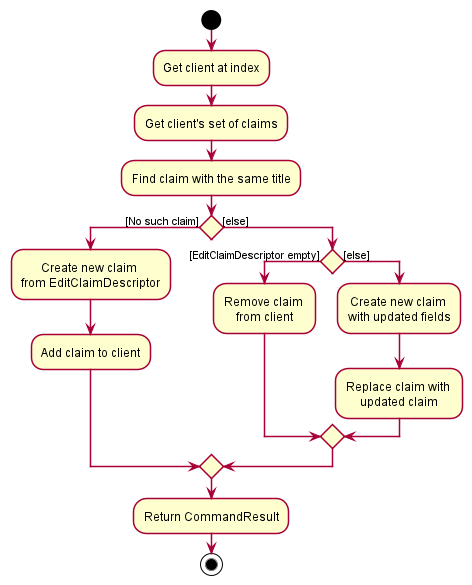
Above: docs/images/ClaimCommandExecuteActivityDiagram.png in nus-cs2103-AY2122S1/tp (PlantUML), before the change.
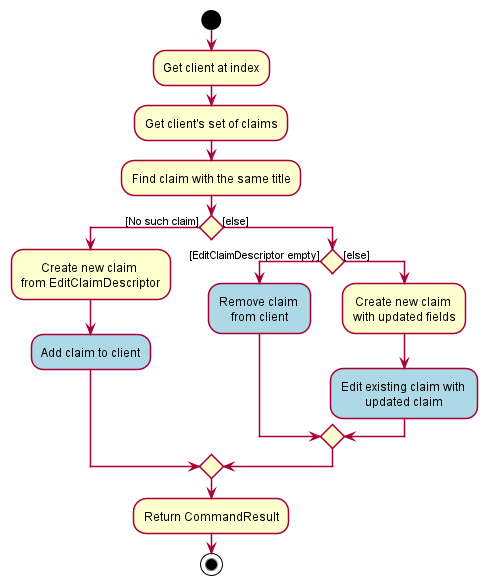
Above is the later version.

What changed in the source:
```diff
@@ -5,15 +5,20 @@
 :Get client's set of claims;
 :Find claim with the same title;
 
+skinparam activity {
+BackgroundColor<<Highlight>> LightBlue
+
+}
+
 if () then ([No such claim])
     :Create new claim \nfrom EditClaimDescriptor;
-    :Add claim to client;
+    <<Highlight>>:Add claim to client;
 else ([else])
     if () then ([EditClaimDescriptor empty])
-        :Remove claim \nfrom client;
+        <<Highlight>>:Remove claim \nfrom client;
     else ([else])
         :Create new claim \nwith updated fields;
-        :Replace claim with \nupdated claim;
+        <<Highlight>>:Edit existing claim with \nupdated claim;
     endif
 endif
 :Return CommandResult;
```
